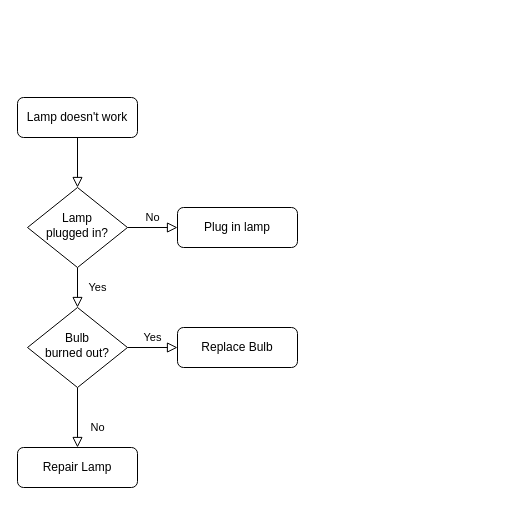
Above: 未命名绘图.drawio in april520randy/test (draw.io), before the change. Source tidied: cells renumbered, new cells numbered last; positions are measured from the earlier drawing's top-left corner, leaving out a move shared by most shapes. Both pictures are drawn from the tidied source at 100%, with x=0, y=0 at pixel (17, 97).
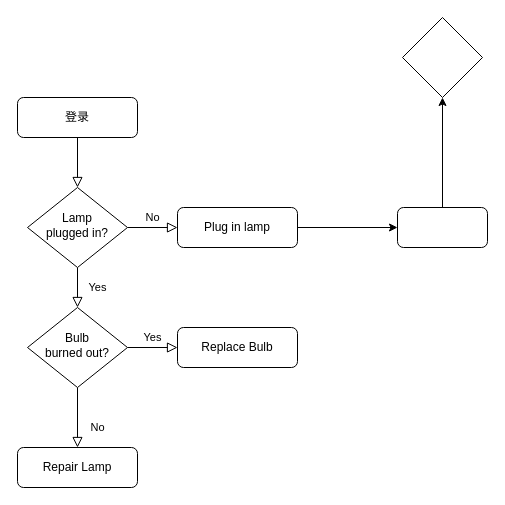
The same diagram, later.

What changed in the source:
```diff
@@
 <mxGraphModel>
   <root>
     <mxCell id="0" />
     <mxCell id="1" parent="0" />
     <mxCell id="2" style="rounded=0;html=1;jettySize=auto;fontSize=11;endArrow=block;endFill=0;endSize=8;strokeWidth=1;shadow=0;labelBackgroundColor=none;edgeStyle=orthogonalEdgeStyle;" parent="1" edge="1" source="3" target="6">
       <mxGeometry relative="1" as="geometry" />
     </mxCell>
-    <mxCell id="3" value="Lamp doesn't work" style="rounded=1;whiteSpace=wrap;html=1;fontSize=12;glass=0;strokeWidth=1;shadow=0;" parent="1" vertex="1">
+    <mxCell id="3" value="登录" style="rounded=1;whiteSpace=wrap;html=1;fontSize=12;glass=0;strokeWidth=1;shadow=0;" parent="1" vertex="1">
       <mxGeometry width="120" height="40" as="geometry" />
     </mxCell>
     <mxCell id="4" value="Yes" style="rounded=0;html=1;jettySize=auto;fontSize=11;endArrow=block;endFill=0;endSize=8;strokeWidth=1;shadow=0;labelBackgroundColor=none;edgeStyle=orthogonalEdgeStyle;" parent="1" edge="1" source="6" target="10">
       <mxGeometry y="20" relative="1" as="geometry" />
     </mxCell>
     <mxCell id="5" value="No" style="edgeStyle=orthogonalEdgeStyle;rounded=0;html=1;jettySize=auto;fontSize=11;endArrow=block;endFill=0;endSize=8;strokeWidth=1;shadow=0;labelBackgroundColor=none;" parent="1" edge="1" source="6" target="7">
       <mxGeometry y="10" relative="1" as="geometry" />
     </mxCell>
     <mxCell id="6" value="Lamp&lt;br&gt;plugged in?" style="rhombus;whiteSpace=wrap;html=1;shadow=0;fontFamily=Helvetica;fontSize=12;align=center;strokeWidth=1;spacing=6;spacingTop=-4;" parent="1" vertex="1">
       <mxGeometry x="10" y="90" width="100" height="80" as="geometry" />
     </mxCell>
+    <mxCell id="13" style="edgeStyle=orthogonalEdgeStyle;rounded=0;jettySize=auto;html=1;" parent="1" edge="1" source="7" target="15">
+      <mxGeometry relative="1" as="geometry" />
+    </mxCell>
     <mxCell id="7" value="Plug in lamp" style="rounded=1;whiteSpace=wrap;html=1;fontSize=12;glass=0;strokeWidth=1;shadow=0;" parent="1" vertex="1">
       <mxGeometry x="160" y="110" width="120" height="40" as="geometry" />
     </mxCell>
     <mxCell id="8" value="No" style="rounded=0;html=1;jettySize=auto;fontSize=11;endArrow=block;endFill=0;endSize=8;strokeWidth=1;shadow=0;labelBackgroundColor=none;edgeStyle=orthogonalEdgeStyle;" parent="1" edge="1" source="10" target="11">
       <mxGeometry x="0.33" y="20" relative="1" as="geometry" />
     </mxCell>
     <mxCell id="9" value="Yes" style="edgeStyle=orthogonalEdgeStyle;rounded=0;html=1;jettySize=auto;fontSize=11;endArrow=block;endFill=0;endSize=8;strokeWidth=1;shadow=0;labelBackgroundColor=none;" parent="1" edge="1" source="10" target="12">
       <mxGeometry y="10" relative="1" as="geometry" />
     </mxCell>
     <mxCell id="10" value="Bulb&lt;br&gt;burned out?" style="rhombus;whiteSpace=wrap;html=1;shadow=0;fontFamily=Helvetica;fontSize=12;align=center;strokeWidth=1;spacing=6;spacingTop=-4;" parent="1" vertex="1">
       <mxGeometry x="10" y="210" width="100" height="80" as="geometry" />
     </mxCell>
     <mxCell id="11" value="Repair Lamp" style="rounded=1;whiteSpace=wrap;html=1;fontSize=12;glass=0;strokeWidth=1;shadow=0;" parent="1" vertex="1">
       <mxGeometry y="350" width="120" height="40" as="geometry" />
     </mxCell>
     <mxCell id="12" value="Replace Bulb" style="rounded=1;whiteSpace=wrap;html=1;fontSize=12;glass=0;strokeWidth=1;shadow=0;" parent="1" vertex="1">
       <mxGeometry x="160" y="230" width="120" height="40" as="geometry" />
     </mxCell>
+    <mxCell id="14" style="edgeStyle=orthogonalEdgeStyle;rounded=0;jettySize=auto;html=1;" parent="1" edge="1" source="15">
+      <mxGeometry relative="1" as="geometry">
+        <mxPoint x="425" as="targetPoint" />
+      </mxGeometry>
+    </mxCell>
+    <mxCell id="15" style="rounded=1;whiteSpace=wrap;html=1;glass=0;strokeWidth=1;shadow=0;" parent="1" vertex="1">
+      <mxGeometry x="380" y="110" width="90" height="40" as="geometry" />
+    </mxCell>
+    <mxCell id="16" style="rhombus;whiteSpace=wrap;html=1;" parent="1" vertex="1">
+      <mxGeometry x="385" y="-80" width="80" height="80" as="geometry" />
+    </mxCell>
   </root>
 </mxGraphModel>
```
